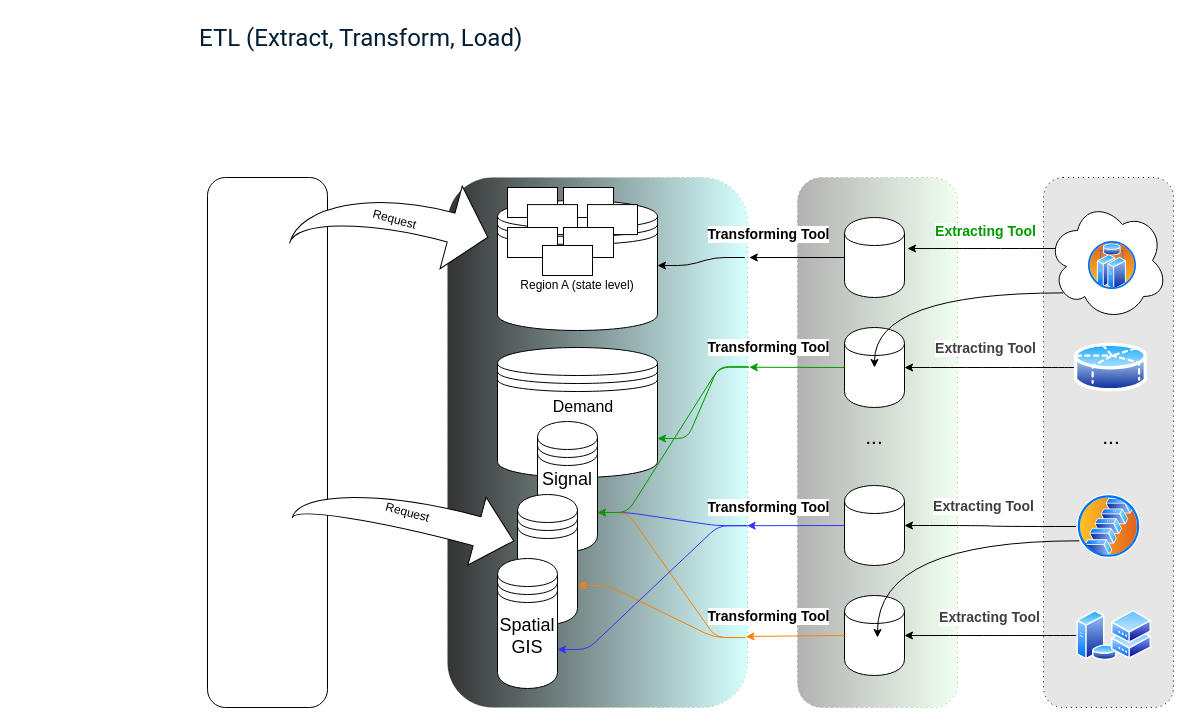
Before: page "Page-1" (1 of 2) of database_design/framework copy.drawio in ORNL-Real-Sim/Real-Twin, a draw.io diagram. Source tidied: cells renumbered, new cells numbered last; positions are measured from the earlier drawing's top-left corner, leaving out a move shared by most shapes. Both pictures are drawn from the tidied source at 100%, with x=0, y=0 at pixel (197, 17).
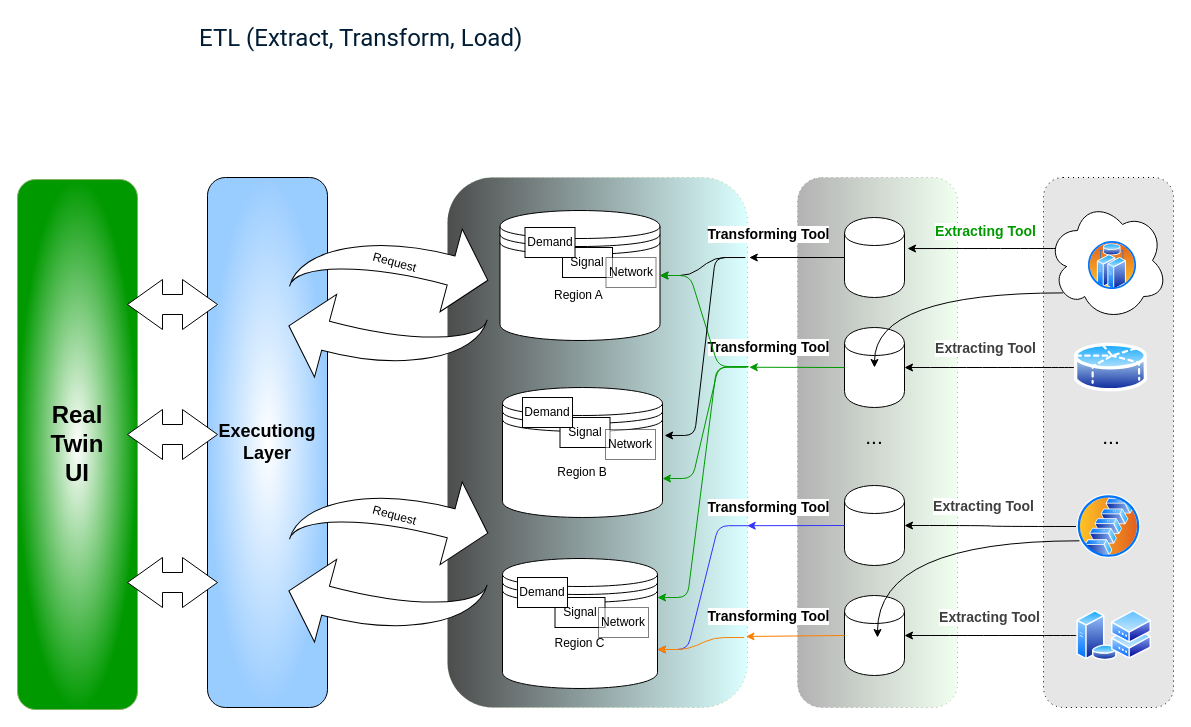
The same diagram, later.

Commit message (it also covers changes not shown here):
edit framework (overall)

The edit, as a diff of the source:
```diff
@@
-    <mxCell id="2" style="rounded=1;whiteSpace=wrap;html=1;dashed=1;dashPattern=1 4;fillColor=#CCFFFF;strokeColor=#82b366;gradientColor=default;gradientDirection=west;opacity=80;" parent="1" vertex="1">
+    <mxCell id="2" style="rounded=1;whiteSpace=wrap;html=1;dashed=1;dashPattern=1 4;fillColor=#CCFFFF;strokeColor=#82b366;gradientColor=default;gradientDirection=west;opacity=70;" parent="1" vertex="1">
       <mxGeometry x="250" y="160" width="300" height="530" as="geometry" />
     </mxCell>
-    <mxCell id="3" style="edgeStyle=entityRelationEdgeStyle;html=1;exitX=0.989;exitY=0.868;exitDx=0;exitDy=0;entryX=1;entryY=0.7;entryDx=0;entryDy=0;exitPerimeter=0;strokeColor=#FF8000;flowAnimation=1;" parent="1" edge="1" source="2" target="40">
-      <mxGeometry relative="1" as="geometry" />
-    </mxCell>
-    <mxCell id="4" style="edgeStyle=entityRelationEdgeStyle;html=1;exitX=0.997;exitY=0.657;exitDx=0;exitDy=0;entryX=1;entryY=0.7;entryDx=0;entryDy=0;exitPerimeter=0;strokeColor=#3333FF;flowAnimation=1;" parent="1" edge="1" source="2" target="39">
-      <mxGeometry relative="1" as="geometry" />
-    </mxCell>
-    <mxCell id="5" style="edgeStyle=entityRelationEdgeStyle;html=1;exitX=0.994;exitY=0.868;exitDx=0;exitDy=0;entryX=1;entryY=0.7;entryDx=0;entryDy=0;exitPerimeter=0;strokeColor=#FF8000;flowAnimation=1;" parent="1" edge="1" source="2" target="39">
-      <mxGeometry relative="1" as="geometry" />
-    </mxCell>
+    <mxCell id="37" value="Region A&amp;nbsp;" style="shape=datastore;whiteSpace=wrap;html=1;" parent="1" vertex="1">
+      <mxGeometry x="302.5" y="193" width="160" height="130" as="geometry" />
+    </mxCell>
+    <mxCell id="38" value="&lt;span style=&quot;color: rgb(0, 0, 0);&quot;&gt;Region B&lt;/span&gt;" style="shape=datastore;whiteSpace=wrap;html=1;" parent="1" vertex="1">
+      <mxGeometry x="305" y="370" width="160" height="130" as="geometry" />
+    </mxCell>
+    <mxCell id="41" value="&lt;span style=&quot;color: rgb(0, 0, 0);&quot;&gt;Region C&lt;/span&gt;" style="shape=datastore;whiteSpace=wrap;html=1;" parent="1" vertex="1">
+      <mxGeometry x="305" y="541" width="155" height="130" as="geometry" />
+    </mxCell>
@@
-    <mxCell id="7" style="edgeStyle=entityRelationEdgeStyle;html=1;exitX=1.006;exitY=0.358;exitDx=0;exitDy=0;entryX=1;entryY=0.7;entryDx=0;entryDy=0;exitPerimeter=0;strokeColor=#009900;flowAnimation=1;" parent="1" edge="1" source="2" target="39">
-      <mxGeometry relative="1" as="geometry" />
-    </mxCell>
@@
-    <mxCell id="10" style="rounded=1;whiteSpace=wrap;html=1;" parent="1" vertex="1">
+    <mxCell id="10" value="&lt;font style=&quot;font-size: 18px;&quot;&gt;&lt;b&gt;Executiong&lt;/b&gt;&lt;/font&gt;&lt;div&gt;&lt;font style=&quot;font-size: 18px;&quot;&gt;&lt;b&gt;Layer&lt;/b&gt;&lt;/font&gt;&lt;/div&gt;" style="rounded=1;whiteSpace=wrap;html=1;gradientColor=#99CCFF;gradientDirection=radial;" parent="1" vertex="1">
       <mxGeometry x="10" y="160" width="120" height="530" as="geometry" />
     </mxCell>
@@
-    <mxCell id="37" value="Region A (state level)" style="shape=datastore;whiteSpace=wrap;html=1;" parent="1" vertex="1">
-      <mxGeometry x="300" y="183" width="160" height="130" as="geometry" />
-    </mxCell>
-    <mxCell id="38" style="shape=datastore;whiteSpace=wrap;html=1;" parent="1" vertex="1">
-      <mxGeometry x="300" y="330" width="160" height="130" as="geometry" />
-    </mxCell>
-    <mxCell id="39" style="shape=datastore;whiteSpace=wrap;html=1;" parent="1" vertex="1">
-      <mxGeometry x="340" y="404" width="60" height="130" as="geometry" />
-    </mxCell>
-    <mxCell id="40" style="shape=datastore;whiteSpace=wrap;html=1;" parent="1" vertex="1">
-      <mxGeometry x="320" y="477" width="60" height="130" as="geometry" />
-    </mxCell>
-    <mxCell id="41" style="shape=datastore;whiteSpace=wrap;html=1;" parent="1" vertex="1">
-      <mxGeometry x="300" y="541" width="60" height="130" as="geometry" />
-    </mxCell>
@@
-    <mxCell id="50" value="&lt;font style=&quot;font-size: 18px;&quot;&gt;Signal&lt;/font&gt;" style="text;html=1;align=center;verticalAlign=middle;whiteSpace=wrap;rounded=0;" parent="1" vertex="1">
-      <mxGeometry x="340" y="447" width="60" height="30" as="geometry" />
-    </mxCell>
-    <mxCell id="51" value="&lt;font style=&quot;font-size: 16px;&quot;&gt;Demand&lt;/font&gt;" style="text;html=1;align=center;verticalAlign=middle;whiteSpace=wrap;rounded=0;" parent="1" vertex="1">
-      <mxGeometry x="356" y="374" width="60" height="30" as="geometry" />
-    </mxCell>
-    <mxCell id="52" value="&lt;font style=&quot;font-size: 18px;&quot;&gt;Spatial&lt;/font&gt;&lt;div&gt;&lt;font style=&quot;font-size: 18px;&quot;&gt;GIS&lt;/font&gt;&lt;/div&gt;" style="text;html=1;align=center;verticalAlign=middle;whiteSpace=wrap;rounded=0;" parent="1" vertex="1">
-      <mxGeometry x="300" y="604" width="60" height="30" as="geometry" />
-    </mxCell>
     <mxCell id="53" value="Request" style="html=1;shadow=0;dashed=0;align=center;verticalAlign=middle;shape=mxgraph.arrows2.jumpInArrow;dy=15;dx=38;arrowHead=85.64;rotation=15;" parent="1" vertex="1">
-      <mxGeometry x="101.7" y="152.1" width="190" height="100" as="geometry" />
+      <mxGeometry x="101.7" y="195.1" width="190" height="100" as="geometry" />
     </mxCell>
-    <mxCell id="54" value="Request" style="html=1;shadow=0;dashed=0;align=center;verticalAlign=middle;shape=mxgraph.arrows2.jumpInArrow;dy=15;dx=38;arrowHead=85.64;rotation=15;" parent="1" vertex="1">
-      <mxGeometry x="100" y="460" width="220" height="70" as="geometry" />
-    </mxCell>
-    <mxCell id="55" style="rounded=0;whiteSpace=wrap;html=1;" parent="1" vertex="1">
-      <mxGeometry x="310" y="170" width="50" height="30" as="geometry" />
-    </mxCell>
-    <mxCell id="56" style="rounded=0;whiteSpace=wrap;html=1;" parent="1" vertex="1">
-      <mxGeometry x="366" y="170" width="50" height="30" as="geometry" />
-    </mxCell>
-    <mxCell id="57" style="rounded=0;whiteSpace=wrap;html=1;" parent="1" vertex="1">
-      <mxGeometry x="330" y="187.1" width="50" height="30" as="geometry" />
+    <mxCell id="57" value="Signal" style="rounded=0;whiteSpace=wrap;html=1;" parent="1" vertex="1">
+      <mxGeometry x="357.5" y="580" width="50" height="30" as="geometry" />
     </mxCell>
-    <mxCell id="58" style="rounded=0;whiteSpace=wrap;html=1;" parent="1" vertex="1">
-      <mxGeometry x="390" y="187.1" width="50" height="30" as="geometry" />
+    <mxCell id="58" value="Network" style="rounded=0;whiteSpace=wrap;html=1;opacity=50;" parent="1" vertex="1">
+      <mxGeometry x="401" y="590" width="50" height="30" as="geometry" />
     </mxCell>
-    <mxCell id="59" style="rounded=0;whiteSpace=wrap;html=1;" parent="1" vertex="1">
-      <mxGeometry x="310" y="210" width="50" height="30" as="geometry" />
-    </mxCell>
-    <mxCell id="60" style="rounded=0;whiteSpace=wrap;html=1;" parent="1" vertex="1">
-      <mxGeometry x="366" y="210" width="50" height="30" as="geometry" />
-    </mxCell>
+    <mxCell id="62" style="edgeStyle=entityRelationEdgeStyle;html=1;exitX=0.989;exitY=0.868;exitDx=0;exitDy=0;entryX=1;entryY=0.7;entryDx=0;entryDy=0;exitPerimeter=0;strokeColor=#FF8000;flowAnimation=1;" parent="1" edge="1" source="2" target="41">
+      <mxGeometry relative="1" as="geometry" />
+    </mxCell>
+    <mxCell id="63" style="html=1;shadow=0;dashed=0;align=center;verticalAlign=middle;shape=mxgraph.arrows2.jumpInArrow;dy=15;dx=38;arrowHead=85.64;rotation=-165;" parent="1" vertex="1">
+      <mxGeometry x="90" y="276" width="190" height="100" as="geometry" />
+    </mxCell>
+    <mxCell id="64" style="html=1;shadow=0;dashed=0;align=center;verticalAlign=middle;shape=mxgraph.arrows2.jumpInArrow;dy=15;dx=38;arrowHead=85.64;rotation=-165;" parent="1" vertex="1">
+      <mxGeometry x="90" y="541" width="190" height="100" as="geometry" />
+    </mxCell>
+    <mxCell id="54" value="Request" style="html=1;shadow=0;dashed=0;align=center;verticalAlign=middle;shape=mxgraph.arrows2.jumpInArrow;dy=15;dx=38;arrowHead=85.64;rotation=15;" parent="1" vertex="1">
+      <mxGeometry x="101.7" y="448" width="190" height="100" as="geometry" />
+    </mxCell>
-    <mxCell id="61" style="rounded=0;whiteSpace=wrap;html=1;" parent="1" vertex="1">
-      <mxGeometry x="345" y="228" width="50" height="30" as="geometry" />
+    <mxCell id="61" value="Demand" style="rounded=0;whiteSpace=wrap;html=1;" parent="1" vertex="1">
+      <mxGeometry x="320" y="560" width="50" height="30" as="geometry" />
     </mxCell>
+    <mxCell id="65" value="Signal" style="rounded=0;whiteSpace=wrap;html=1;" parent="1" vertex="1">
+      <mxGeometry x="362.5" y="400" width="50" height="30" as="geometry" />
+    </mxCell>
+    <mxCell id="66" value="Network" style="rounded=0;whiteSpace=wrap;html=1;opacity=50;" parent="1" vertex="1">
+      <mxGeometry x="408" y="412" width="50" height="30" as="geometry" />
+    </mxCell>
+    <mxCell id="67" value="Demand" style="rounded=0;whiteSpace=wrap;html=1;" parent="1" vertex="1">
+      <mxGeometry x="325" y="380" width="50" height="30" as="geometry" />
+    </mxCell>
+    <mxCell id="68" value="Signal" style="rounded=0;whiteSpace=wrap;html=1;" parent="1" vertex="1">
+      <mxGeometry x="365" y="230" width="50" height="30" as="geometry" />
+    </mxCell>
+    <mxCell id="69" value="Network" style="rounded=0;whiteSpace=wrap;html=1;opacity=50;" parent="1" vertex="1">
+      <mxGeometry x="408.5" y="240" width="50" height="30" as="geometry" />
+    </mxCell>
+    <mxCell id="70" value="Demand" style="rounded=0;whiteSpace=wrap;html=1;" parent="1" vertex="1">
+      <mxGeometry x="327.5" y="210" width="50" height="30" as="geometry" />
+    </mxCell>
+    <mxCell id="71" style="edgeStyle=entityRelationEdgeStyle;html=1;exitX=1.003;exitY=0.357;exitDx=0;exitDy=0;entryX=1;entryY=0.5;entryDx=0;entryDy=0;exitPerimeter=0;strokeColor=#009900;flowAnimation=1;" parent="1" edge="1" source="2" target="37">
+      <mxGeometry relative="1" as="geometry">
+        <Array as="points">
+          <mxPoint x="490" y="310" />
+        </Array>
+      </mxGeometry>
+    </mxCell>
+    <mxCell id="72" style="edgeStyle=entityRelationEdgeStyle;html=1;exitX=0.993;exitY=0.151;exitDx=0;exitDy=0;entryX=1.013;entryY=0.369;entryDx=0;entryDy=0;exitPerimeter=0;flowAnimation=1;entryPerimeter=0;" parent="1" edge="1" source="2" target="38">
+      <mxGeometry relative="1" as="geometry" />
+    </mxCell>
+    <mxCell id="73" style="edgeStyle=entityRelationEdgeStyle;html=1;exitX=0.997;exitY=0.358;exitDx=0;exitDy=0;entryX=1;entryY=0.3;entryDx=0;entryDy=0;exitPerimeter=0;strokeColor=#009900;flowAnimation=1;" parent="1" edge="1" source="2" target="41">
+      <mxGeometry relative="1" as="geometry" />
+    </mxCell>
+    <mxCell id="74" value="&lt;b&gt;&lt;font style=&quot;font-size: 24px;&quot;&gt;Real&lt;/font&gt;&lt;/b&gt;&lt;div&gt;&lt;b&gt;&lt;font style=&quot;font-size: 24px;&quot;&gt;Twin&lt;/font&gt;&lt;/b&gt;&lt;/div&gt;&lt;div&gt;&lt;span style=&quot;font-size: 24px;&quot;&gt;&lt;b&gt;UI&lt;/b&gt;&lt;/span&gt;&lt;/div&gt;" style="rounded=1;whiteSpace=wrap;html=1;gradientDirection=radial;fillColor=default;strokeColor=#82b366;gradientColor=#009900;" parent="1" vertex="1">
+      <mxGeometry x="-180" y="162" width="120" height="530" as="geometry" />
+    </mxCell>
+    <mxCell id="75" style="html=1;shadow=0;dashed=0;align=center;verticalAlign=middle;shape=mxgraph.arrows2.twoWayArrow;dy=0.6;dx=35;" parent="1" vertex="1">
+      <mxGeometry x="-70" y="262" width="90" height="50" as="geometry" />
+    </mxCell>
+    <mxCell id="76" style="html=1;shadow=0;dashed=0;align=center;verticalAlign=middle;shape=mxgraph.arrows2.twoWayArrow;dy=0.6;dx=35;" parent="1" vertex="1">
+      <mxGeometry x="-70" y="392" width="90" height="50" as="geometry" />
+    </mxCell>
+    <mxCell id="77" style="html=1;shadow=0;dashed=0;align=center;verticalAlign=middle;shape=mxgraph.arrows2.twoWayArrow;dy=0.6;dx=35;" parent="1" vertex="1">
+      <mxGeometry x="-70" y="540" width="90" height="50" as="geometry" />
+    </mxCell>
```
